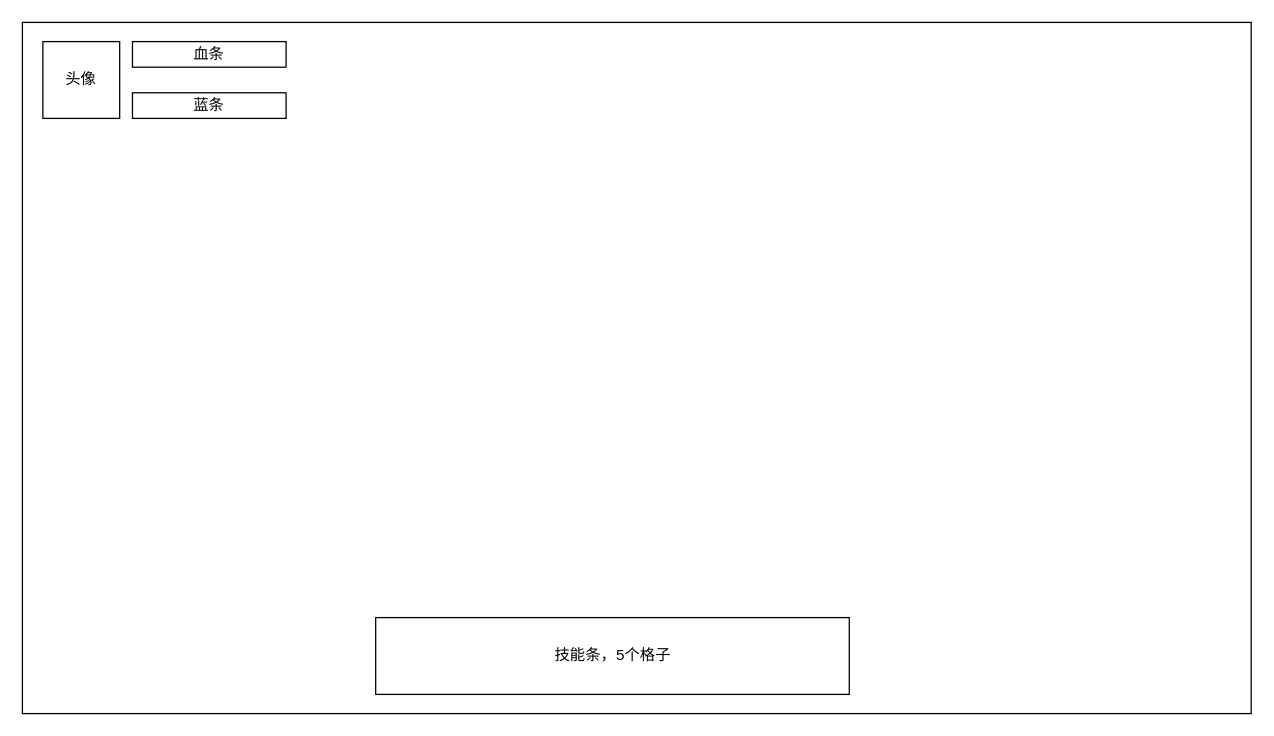
Before: 未命名绘图.drawio in ssw940521/archerBackend, a draw.io diagram. Source tidied: cells renumbered, new cells numbered last; positions are measured from the earlier drawing's top-left corner, leaving out a move shared by most shapes. Both pictures are drawn from the tidied source at 128%, with x=0, y=0 at pixel (22, 22).
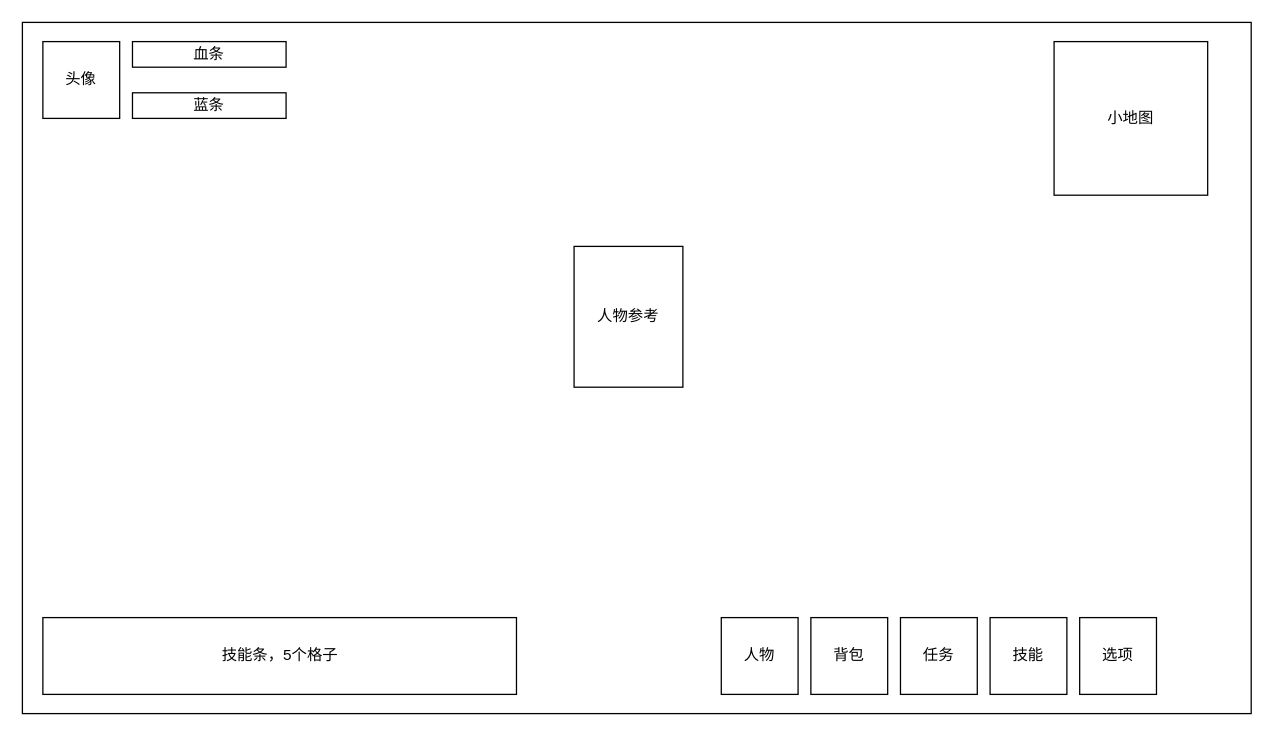
Above is the later version.

Commit message:
更新未命名绘图.drawio

Change to the diagram source:
```diff
@@
+    <mxCell id="13" value="人物" style="rounded=0;whiteSpace=wrap;html=1;fillColor=none;" parent="1" vertex="1">
+      <mxGeometry x="546" y="465" width="60" height="60" as="geometry" />
+    </mxCell>
+    <mxCell id="14" value="背包" style="rounded=0;whiteSpace=wrap;html=1;fillColor=none;" parent="1" vertex="1">
+      <mxGeometry x="616" y="465" width="60" height="60" as="geometry" />
+    </mxCell>
+    <mxCell id="15" value="技能" style="rounded=0;whiteSpace=wrap;html=1;fillColor=none;" parent="1" vertex="1">
+      <mxGeometry x="756" y="465" width="60" height="60" as="geometry" />
+    </mxCell>
+    <mxCell id="16" value="选项" style="rounded=0;whiteSpace=wrap;html=1;fillColor=none;" parent="1" vertex="1">
+      <mxGeometry x="826" y="465" width="60" height="60" as="geometry" />
+    </mxCell>
+    <mxCell id="17" value="小地图" style="rounded=0;whiteSpace=wrap;html=1;" parent="1" vertex="1">
+      <mxGeometry x="806" y="15" width="120" height="120" as="geometry" />
+    </mxCell>
+    <mxCell id="18" value="人物参考" style="rounded=0;whiteSpace=wrap;html=1;" parent="1" vertex="1">
+      <mxGeometry x="431" y="175" width="85" height="110" as="geometry" />
+    </mxCell>
+    <mxCell id="19" style="group;" parent="1" vertex="1">
+      <mxGeometry x="16" y="465" width="370" height="60" as="geometry" />
+    </mxCell>
-    <mxCell id="11" style="rounded=0;whiteSpace=wrap;html=1;fillColor=none;" parent="1" vertex="1">
-      <mxGeometry x="276" y="465" width="370" height="60" as="geometry" />
+    <mxCell id="11" style="rounded=0;whiteSpace=wrap;html=1;fillColor=none;" parent="19" vertex="1">
+      <mxGeometry width="370" height="60" as="geometry" />
     </mxCell>
-    <mxCell id="12" value="技能条，5个格子" style="text;strokeColor=none;align=center;fillColor=none;html=1;verticalAlign=middle;whiteSpace=wrap;rounded=0;" parent="1" vertex="1">
-      <mxGeometry x="413.5" y="480" width="95" height="30" as="geometry" />
+    <mxCell id="12" value="技能条，5个格子" style="text;strokeColor=none;align=center;fillColor=none;html=1;verticalAlign=middle;whiteSpace=wrap;rounded=0;" parent="19" vertex="1">
+      <mxGeometry x="137.5" y="15" width="95" height="30" as="geometry" />
     </mxCell>
+    <mxCell id="20" value="任务" style="rounded=0;whiteSpace=wrap;html=1;fillColor=none;" parent="1" vertex="1">
+      <mxGeometry x="686" y="465" width="60" height="60" as="geometry" />
+    </mxCell>
```
